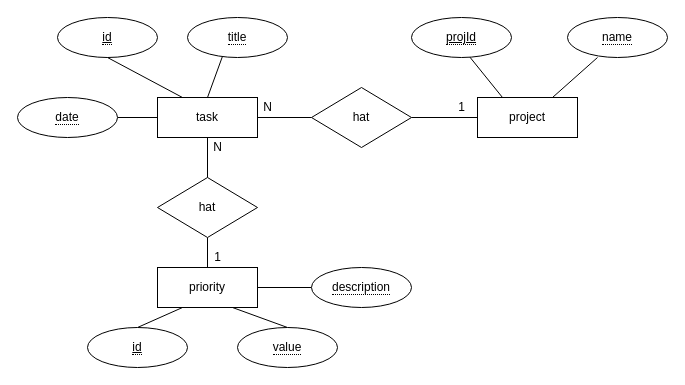
Above: Doku/ERDiagramm.drawio in jtuttas/FIAE_LF9 (draw.io), before the change. Source tidied: cells renumbered, new cells numbered last; positions are measured from the earlier drawing's top-left corner, leaving out a move shared by most shapes. Both pictures are drawn from the tidied source at 100%, with x=0, y=0 at pixel (17, 17).
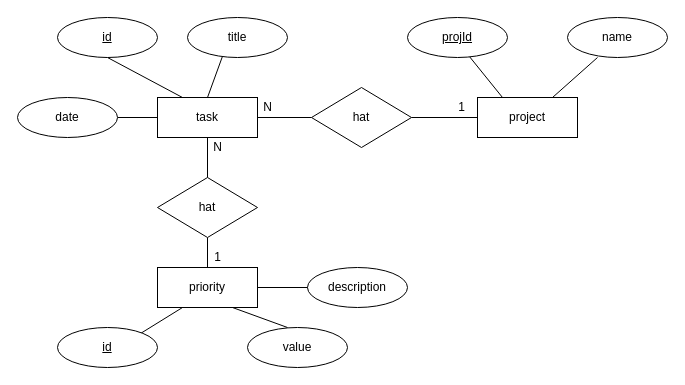
The same page after the edit.

The change refers to these unchanged cells:
```xml
<mxCell id="5" value="task" style="whiteSpace=wrap;html=1;align=center;" parent="1" vertex="1">
  <mxGeometry x="140" y="80" width="100" height="40" as="geometry" />
</mxCell>
<mxCell id="10" value="priority" style="whiteSpace=wrap;html=1;align=center;" parent="1" vertex="1">
  <mxGeometry x="140" y="250" width="100" height="40" as="geometry" />
</mxCell>
<mxCell id="13" value="project" style="whiteSpace=wrap;html=1;align=center;" parent="1" vertex="1">
  <mxGeometry x="460" y="80" width="100" height="40" as="geometry" />
</mxCell>
```

The edit, as a diff of the source:
```diff
@@
-    <mxCell id="2" value="&lt;span style=&quot;border-bottom: 1px dotted&quot;&gt;&lt;u&gt;id&lt;/u&gt;&lt;/span&gt;" style="ellipse;whiteSpace=wrap;html=1;align=center;" parent="1" vertex="1">
-      <mxGeometry x="40" width="100" height="40" as="geometry" />
-    </mxCell>
-    <mxCell id="3" style="rounded=0;jettySize=auto;html=1;exitX=0.25;exitY=0;exitDx=0;exitDy=0;entryX=0.5;entryY=1;entryDx=0;entryDy=0;endArrow=none;endFill=0;" parent="1" edge="1" source="5" target="2">
-      <mxGeometry relative="1" as="geometry" />
+    <mxCell id="3" style="rounded=0;jettySize=auto;html=1;exitX=0.25;exitY=0;exitDx=0;exitDy=0;entryX=0.5;entryY=1;entryDx=0;entryDy=0;endArrow=none;endFill=0;" parent="1" edge="1" source="5">
+      <mxGeometry relative="1" as="geometry">
+        <mxPoint x="90" y="40" as="targetPoint" />
+      </mxGeometry>
     </mxCell>
-    <mxCell id="4" style="edgeStyle=none;rounded=0;jettySize=auto;html=1;exitX=0.5;exitY=0;exitDx=0;exitDy=0;entryX=0.348;entryY=0.983;entryDx=0;entryDy=0;entryPerimeter=0;endArrow=none;endFill=0;" parent="1" edge="1" source="5" target="6">
-      <mxGeometry relative="1" as="geometry" />
+    <mxCell id="4" style="edgeStyle=none;rounded=0;jettySize=auto;html=1;exitX=0.5;exitY=0;exitDx=0;exitDy=0;entryX=0.348;entryY=0.983;entryDx=0;entryDy=0;entryPerimeter=0;endArrow=none;endFill=0;" parent="1" edge="1" source="5">
+      <mxGeometry relative="1" as="geometry">
+        <mxPoint x="204.8" y="39.3" as="targetPoint" />
+      </mxGeometry>
     </mxCell>
@@
-    <mxCell id="6" value="&lt;span style=&quot;border-bottom: 1px dotted&quot;&gt;title&lt;/span&gt;" style="ellipse;whiteSpace=wrap;html=1;align=center;" parent="1" vertex="1">
-      <mxGeometry x="170" width="100" height="40" as="geometry" />
-    </mxCell>
@@
-    <mxCell id="11" style="edgeStyle=none;rounded=0;jettySize=auto;html=1;exitX=0.25;exitY=0;exitDx=0;exitDy=0;entryX=0.575;entryY=0.963;entryDx=0;entryDy=0;entryPerimeter=0;endArrow=none;endFill=0;" parent="1" edge="1" source="13" target="14">
-      <mxGeometry relative="1" as="geometry" />
+    <mxCell id="11" style="edgeStyle=none;rounded=0;jettySize=auto;html=1;exitX=0.25;exitY=0;exitDx=0;exitDy=0;entryX=0.575;entryY=0.963;entryDx=0;entryDy=0;entryPerimeter=0;endArrow=none;endFill=0;" parent="1" edge="1" source="13">
+      <mxGeometry relative="1" as="geometry">
+        <mxPoint x="451.5" y="38.5" as="targetPoint" />
+      </mxGeometry>
     </mxCell>
-    <mxCell id="12" style="edgeStyle=none;rounded=0;jettySize=auto;html=1;exitX=0.75;exitY=0;exitDx=0;exitDy=0;entryX=0.3;entryY=1;entryDx=0;entryDy=0;entryPerimeter=0;endArrow=none;endFill=0;" parent="1" edge="1" source="13" target="15">
-      <mxGeometry relative="1" as="geometry" />
+    <mxCell id="12" style="edgeStyle=none;rounded=0;jettySize=auto;html=1;exitX=0.75;exitY=0;exitDx=0;exitDy=0;entryX=0.3;entryY=1;entryDx=0;entryDy=0;entryPerimeter=0;endArrow=none;endFill=0;" parent="1" edge="1" source="13">
+      <mxGeometry relative="1" as="geometry">
+        <mxPoint x="580" y="40" as="targetPoint" />
+      </mxGeometry>
     </mxCell>
@@
-    <mxCell id="14" value="&lt;span style=&quot;border-bottom: 1px dotted&quot;&gt;&lt;u&gt;projId&lt;/u&gt;&lt;/span&gt;" style="ellipse;whiteSpace=wrap;html=1;align=center;" parent="1" vertex="1">
-      <mxGeometry x="394" width="100" height="40" as="geometry" />
-    </mxCell>
-    <mxCell id="15" value="&lt;span style=&quot;border-bottom: 1px dotted&quot;&gt;name&lt;/span&gt;" style="ellipse;whiteSpace=wrap;html=1;align=center;" parent="1" vertex="1">
-      <mxGeometry x="550" width="100" height="40" as="geometry" />
-    </mxCell>
@@
-    <mxCell id="19" style="edgeStyle=none;rounded=0;jettySize=auto;html=1;exitX=0.5;exitY=0;exitDx=0;exitDy=0;entryX=0.25;entryY=1;entryDx=0;entryDy=0;endArrow=none;endFill=0;" parent="1" edge="1" source="20" target="10">
+    <mxCell id="19" style="edgeStyle=none;rounded=0;jettySize=auto;html=1;exitX=0.83;exitY=0.15;exitDx=0;exitDy=0;entryX=0.25;entryY=1;entryDx=0;entryDy=0;endArrow=none;endFill=0;exitPerimeter=0;" parent="1" edge="1" source="33" target="10">
       <mxGeometry relative="1" as="geometry" />
     </mxCell>
-    <mxCell id="20" value="&lt;span style=&quot;border-bottom: 1px dotted&quot;&gt;&lt;u&gt;id&lt;/u&gt;&lt;/span&gt;" style="ellipse;whiteSpace=wrap;html=1;align=center;" parent="1" vertex="1">
-      <mxGeometry x="70" y="310" width="100" height="40" as="geometry" />
-    </mxCell>
-    <mxCell id="21" style="edgeStyle=none;rounded=0;jettySize=auto;html=1;exitX=0;exitY=0.5;exitDx=0;exitDy=0;entryX=1;entryY=0.5;entryDx=0;entryDy=0;endArrow=none;endFill=0;" parent="1" edge="1" source="22" target="10">
-      <mxGeometry relative="1" as="geometry" />
+    <mxCell id="21" style="edgeStyle=none;rounded=0;jettySize=auto;html=1;exitX=0;exitY=0.5;exitDx=0;exitDy=0;entryX=1;entryY=0.5;entryDx=0;entryDy=0;endArrow=none;endFill=0;" parent="1" edge="1" target="10">
+      <mxGeometry relative="1" as="geometry">
+        <mxPoint x="294" y="270" as="sourcePoint" />
+      </mxGeometry>
     </mxCell>
-    <mxCell id="22" value="&lt;span style=&quot;border-bottom: 1px dotted&quot;&gt;description&lt;/span&gt;" style="ellipse;whiteSpace=wrap;html=1;align=center;" parent="1" vertex="1">
-      <mxGeometry x="294" y="250" width="100" height="40" as="geometry" />
-    </mxCell>
-    <mxCell id="23" style="edgeStyle=none;rounded=0;jettySize=auto;html=1;exitX=0.5;exitY=0;exitDx=0;exitDy=0;entryX=0.75;entryY=1;entryDx=0;entryDy=0;endArrow=none;endFill=0;" parent="1" edge="1" source="24" target="10">
-      <mxGeometry relative="1" as="geometry" />
+    <mxCell id="23" style="edgeStyle=none;rounded=0;jettySize=auto;html=1;exitX=0.5;exitY=0;exitDx=0;exitDy=0;entryX=0.75;entryY=1;entryDx=0;entryDy=0;endArrow=none;endFill=0;" parent="1" edge="1" target="10">
+      <mxGeometry relative="1" as="geometry">
+        <mxPoint x="270" y="310" as="sourcePoint" />
+      </mxGeometry>
     </mxCell>
-    <mxCell id="24" value="&lt;span style=&quot;border-bottom: 1px dotted&quot;&gt;value&lt;/span&gt;" style="ellipse;whiteSpace=wrap;html=1;align=center;" parent="1" vertex="1">
-      <mxGeometry x="220" y="310" width="100" height="40" as="geometry" />
-    </mxCell>
-    <mxCell id="25" style="edgeStyle=none;rounded=0;jettySize=auto;html=1;exitX=1;exitY=0.5;exitDx=0;exitDy=0;entryX=0;entryY=0.5;entryDx=0;entryDy=0;endArrow=none;endFill=0;" parent="1" edge="1" source="26" target="5">
-      <mxGeometry relative="1" as="geometry" />
+    <mxCell id="25" style="edgeStyle=none;rounded=0;jettySize=auto;html=1;exitX=1;exitY=0.5;exitDx=0;exitDy=0;entryX=0;entryY=0.5;entryDx=0;entryDy=0;endArrow=none;endFill=0;" parent="1" edge="1" target="5">
+      <mxGeometry relative="1" as="geometry">
+        <mxPoint x="100" y="100" as="sourcePoint" />
+      </mxGeometry>
     </mxCell>
-    <mxCell id="26" value="&lt;span style=&quot;border-bottom: 1px dotted&quot;&gt;date&lt;/span&gt;" style="ellipse;whiteSpace=wrap;html=1;align=center;" parent="1" vertex="1">
-      <mxGeometry y="80" width="100" height="40" as="geometry" />
-    </mxCell>
@@
+    <mxCell id="6" value="title" style="ellipse;whiteSpace=wrap;html=1;align=center;" parent="1" vertex="1">
+      <mxGeometry x="170" width="100" height="40" as="geometry" />
+    </mxCell>
+    <mxCell id="32" value="&lt;u&gt;id&lt;/u&gt;" style="ellipse;whiteSpace=wrap;html=1;align=center;" parent="1" vertex="1">
+      <mxGeometry x="40" width="100" height="40" as="geometry" />
+    </mxCell>
+    <mxCell id="26" value="date" style="ellipse;whiteSpace=wrap;html=1;align=center;" parent="1" vertex="1">
+      <mxGeometry y="80" width="100" height="40" as="geometry" />
+    </mxCell>
+    <mxCell id="14" value="&lt;u&gt;projId&lt;/u&gt;" style="ellipse;whiteSpace=wrap;html=1;align=center;" parent="1" vertex="1">
+      <mxGeometry x="390" width="100" height="40" as="geometry" />
+    </mxCell>
+    <mxCell id="15" value="name" style="ellipse;whiteSpace=wrap;html=1;align=center;" parent="1" vertex="1">
+      <mxGeometry x="550" width="100" height="40" as="geometry" />
+    </mxCell>
+    <mxCell id="33" value="&lt;u&gt;id&lt;/u&gt;" style="ellipse;whiteSpace=wrap;html=1;align=center;" parent="1" vertex="1">
+      <mxGeometry x="40" y="310" width="100" height="40" as="geometry" />
+    </mxCell>
+    <mxCell id="24" value="value" style="ellipse;whiteSpace=wrap;html=1;align=center;" parent="1" vertex="1">
+      <mxGeometry x="230" y="310" width="100" height="40" as="geometry" />
+    </mxCell>
+    <mxCell id="22" value="description" style="ellipse;whiteSpace=wrap;html=1;align=center;" parent="1" vertex="1">
+      <mxGeometry x="290" y="250" width="100" height="40" as="geometry" />
+    </mxCell>
```
